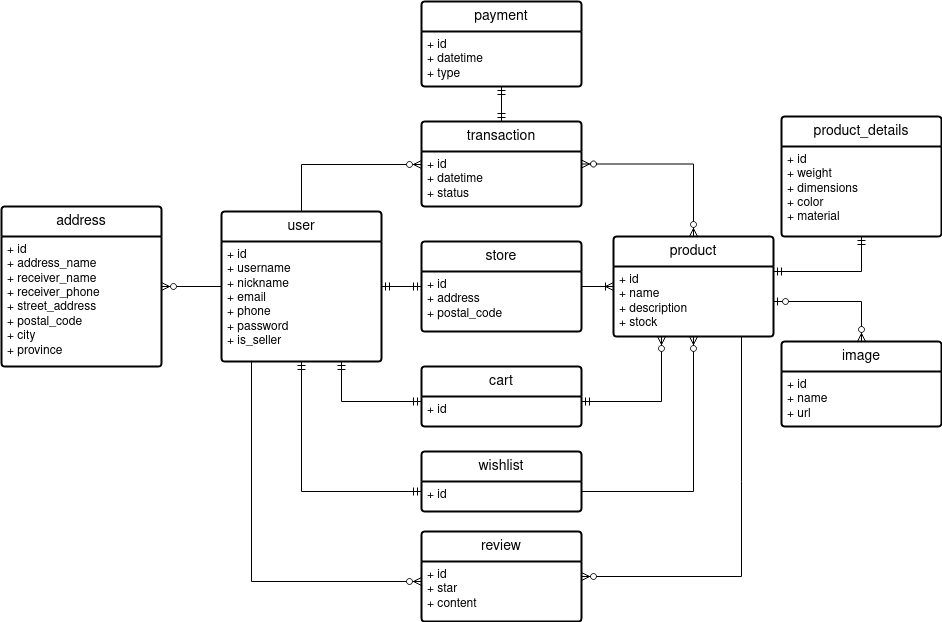
This is NusantaraStore051_CDM.drawio.png from borednuna/NusantaraStore051_BE, a draw.io export, as it was before one commit. Source tidied: cells renumbered, new cells last; positions are measured from the earlier drawing's top-left corner, leaving out a move shared by most shapes.
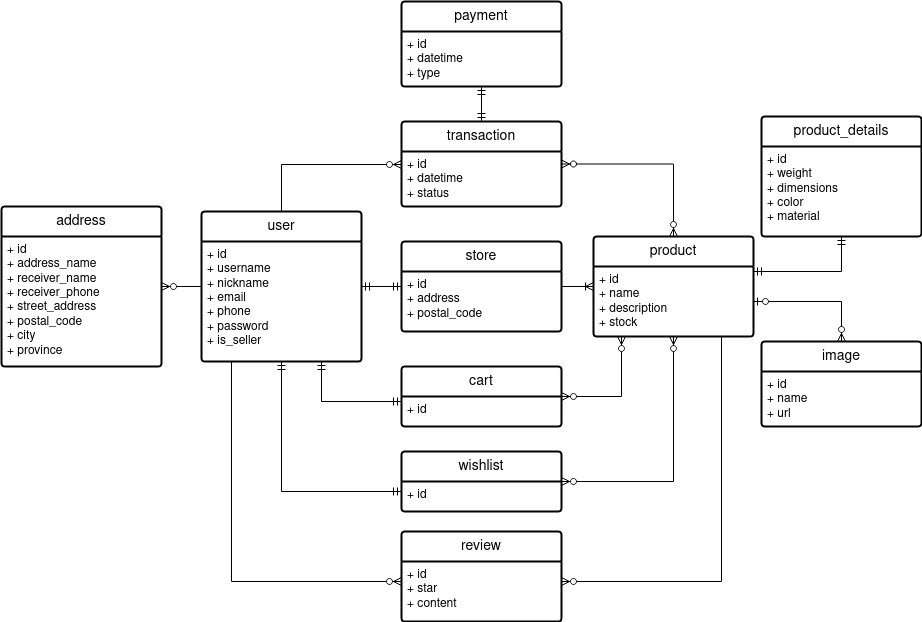
The same file after the commit.

Diff of the diagram source:
```diff
@@ -9,7 +9,7 @@
       <mxGeometry y="30" width="160" height="120" as="geometry" />
     </mxCell>
     <mxCell id="4" value="address" style="swimlane;horizontal=1;startSize=30;rounded=1;fontSize=14;fontStyle=0;strokeWidth=2;shadow=0;dashed=0;align=center;arcSize=4;whiteSpace=wrap;html=1;" parent="1" vertex="1">
-      <mxGeometry y="205" width="160" height="160" as="geometry" />
+      <mxGeometry x="20" y="205" width="160" height="160" as="geometry" />
     </mxCell>
     <mxCell id="5" value="&lt;div&gt;+ id&lt;/div&gt;&lt;div&gt;+ address_name&lt;br&gt;&lt;/div&gt;&lt;div&gt;+ receiver_name&lt;/div&gt;&lt;div&gt;+ receiver_phone&lt;br&gt;&lt;/div&gt;&lt;div&gt;+ street_address&lt;/div&gt;&lt;div&gt;+ postal_code&lt;/div&gt;&lt;div&gt;+ city&lt;/div&gt;&lt;div&gt;+ province&lt;br&gt;&lt;/div&gt;" style="align=left;strokeColor=none;fillColor=none;spacingLeft=4;fontSize=12;verticalAlign=top;html=1;" parent="4" vertex="1">
       <mxGeometry y="30" width="160" height="130" as="geometry" />
@@ -57,8 +57,7 @@
     <mxCell id="18" style="fontSize=12;html=1;endArrow=ERzeroToMany;endFill=1;rounded=0;edgeStyle=orthogonalEdgeStyle;" parent="1" edge="1" source="10" target="16">
       <mxGeometry relative="1" as="geometry">
         <Array as="points">
-          <mxPoint x="740" y="480" />
-          <mxPoint x="740" y="480" />
+          <mxPoint x="740" y="580" />
         </Array>
       </mxGeometry>
     </mxCell>
@@ -120,13 +119,6 @@
         </Array>
       </mxGeometry>
     </mxCell>
-    <mxCell id="33" style="edgeStyle=orthogonalEdgeStyle;fontSize=12;html=1;endArrow=ERzeroToMany;endFill=1;rounded=0;" parent="1" edge="1" source="30" target="10">
-      <mxGeometry relative="1" as="geometry">
-        <Array as="points">
-          <mxPoint x="692" y="490" />
-        </Array>
-      </mxGeometry>
-    </mxCell>
     <mxCell id="34" value="cart" style="swimlane;horizontal=1;startSize=30;rounded=1;fontSize=14;fontStyle=0;strokeWidth=2;shadow=0;dashed=0;align=center;arcSize=4;whiteSpace=wrap;html=1;" parent="1" vertex="1">
       <mxGeometry x="420" y="365" width="160" height="60" as="geometry" />
     </mxCell>
@@ -140,12 +132,15 @@
         </Array>
       </mxGeometry>
     </mxCell>
-    <mxCell id="37" style="edgeStyle=orthogonalEdgeStyle;fontSize=12;html=1;endArrow=ERzeroToMany;startArrow=ERmandOne;rounded=0;" parent="1" edge="1" source="34" target="10">
+    <mxCell id="37" style="edgeStyle=orthogonalEdgeStyle;fontSize=12;html=1;endArrow=ERzeroToMany;endFill=1;startArrow=ERzeroToMany;rounded=0;" parent="1" edge="1" source="34" target="10">
       <mxGeometry relative="1" as="geometry">
         <Array as="points">
-          <mxPoint x="660" y="400" />
+          <mxPoint x="640" y="395" />
         </Array>
       </mxGeometry>
     </mxCell>
+    <mxCell id="33" style="edgeStyle=orthogonalEdgeStyle;fontSize=12;html=1;endArrow=ERzeroToMany;endFill=1;startArrow=ERzeroToMany;rounded=0;" parent="1" edge="1" source="30" target="10">
+      <mxGeometry relative="1" as="geometry" />
+    </mxCell>
   </root>
 </mxGraphModel>
```
